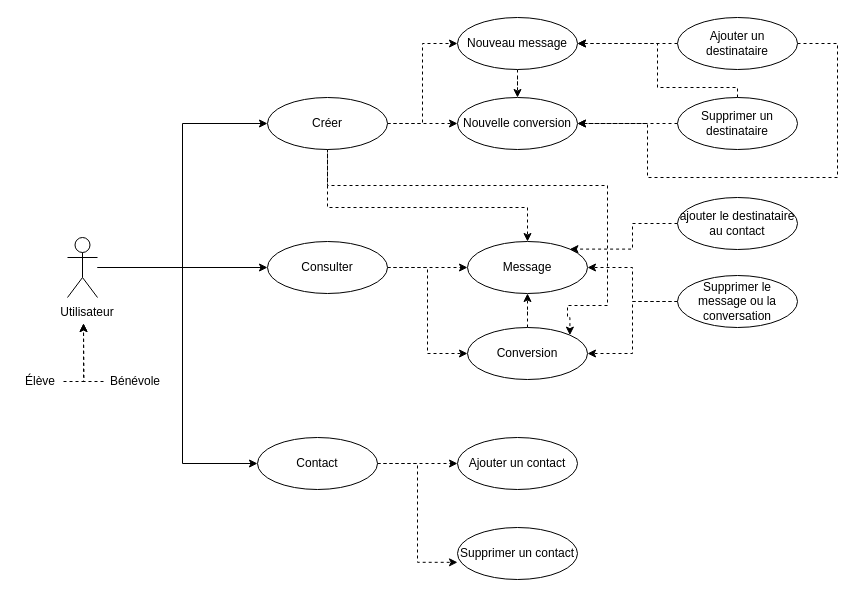
Before: oc/oc10/cas_d_utilisation_chat.drawio in tempetflamer/Assets, a draw.io diagram. Source tidied: cells renumbered, new cells numbered last; positions are measured from the earlier drawing's top-left corner, leaving out a move shared by most shapes. Both pictures are drawn from the tidied source at 100%, with x=0, y=0 at pixel (17, 17).
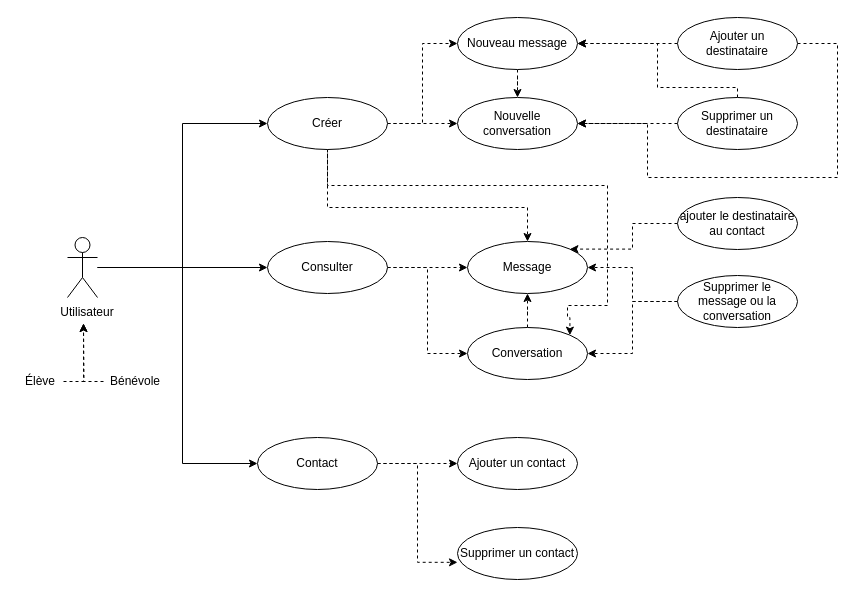
The same diagram, later.

Commit message:
Mettre à jour cas_d_utilisation_chat.drawio

Diff of the diagram source:
```diff
@@
-    <mxCell id="21" value="Conversion" style="ellipse;whiteSpace=wrap;html=1;" parent="1" vertex="1">
+    <mxCell id="21" value="Conversation" style="ellipse;whiteSpace=wrap;html=1;" parent="1" vertex="1">
       <mxGeometry x="450" y="310" width="120" height="52" as="geometry" />
     </mxCell>
@@
-    <mxCell id="24" value="Nouvelle conversion" style="ellipse;whiteSpace=wrap;html=1;" parent="1" vertex="1">
+    <mxCell id="24" value="Nouvelle conversation" style="ellipse;whiteSpace=wrap;html=1;" parent="1" vertex="1">
       <mxGeometry x="440" y="80" width="120" height="52" as="geometry" />
     </mxCell>
```
